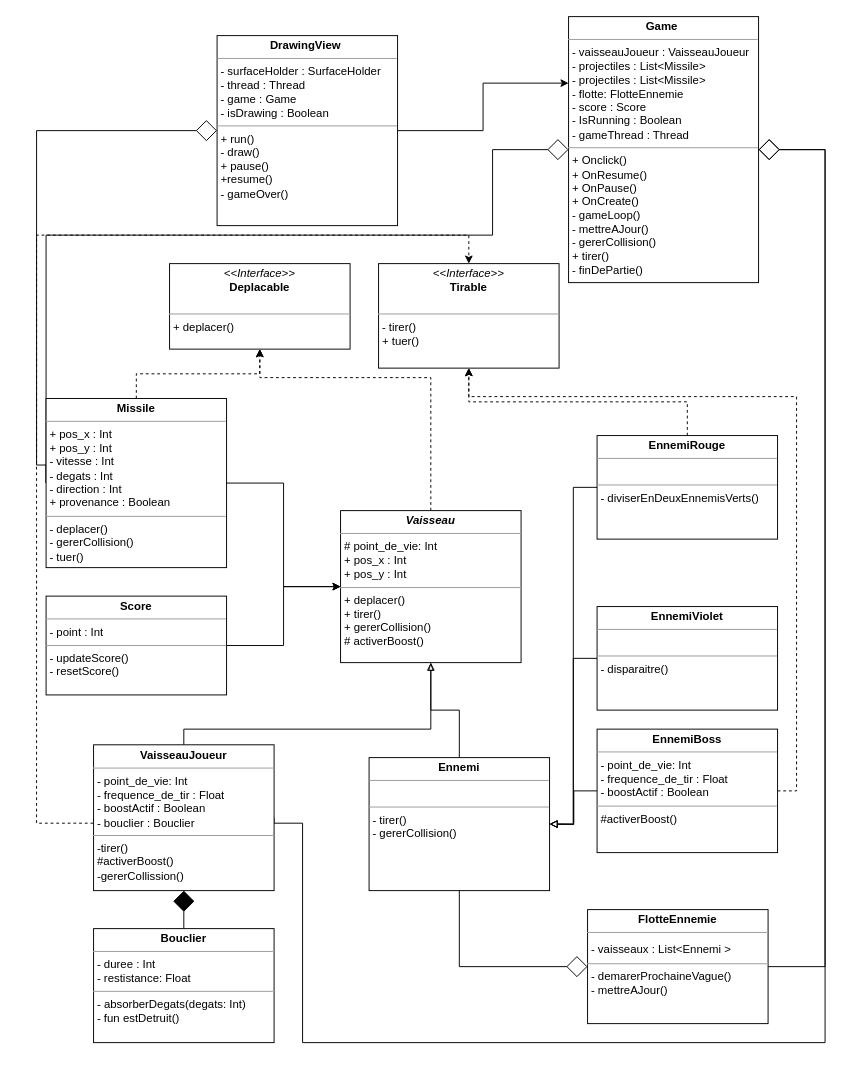
The draw.io diagram Diagramme sans nom.drawio in lwath125/INFO-H2001, before the edit. Source tidied: cells renumbered, new cells numbered last; positions are measured from the earlier drawing's top-left corner, leaving out a move shared by most shapes. Both pictures are drawn from the tidied source at 95%, with x=0, y=0 at pixel (36, 16).
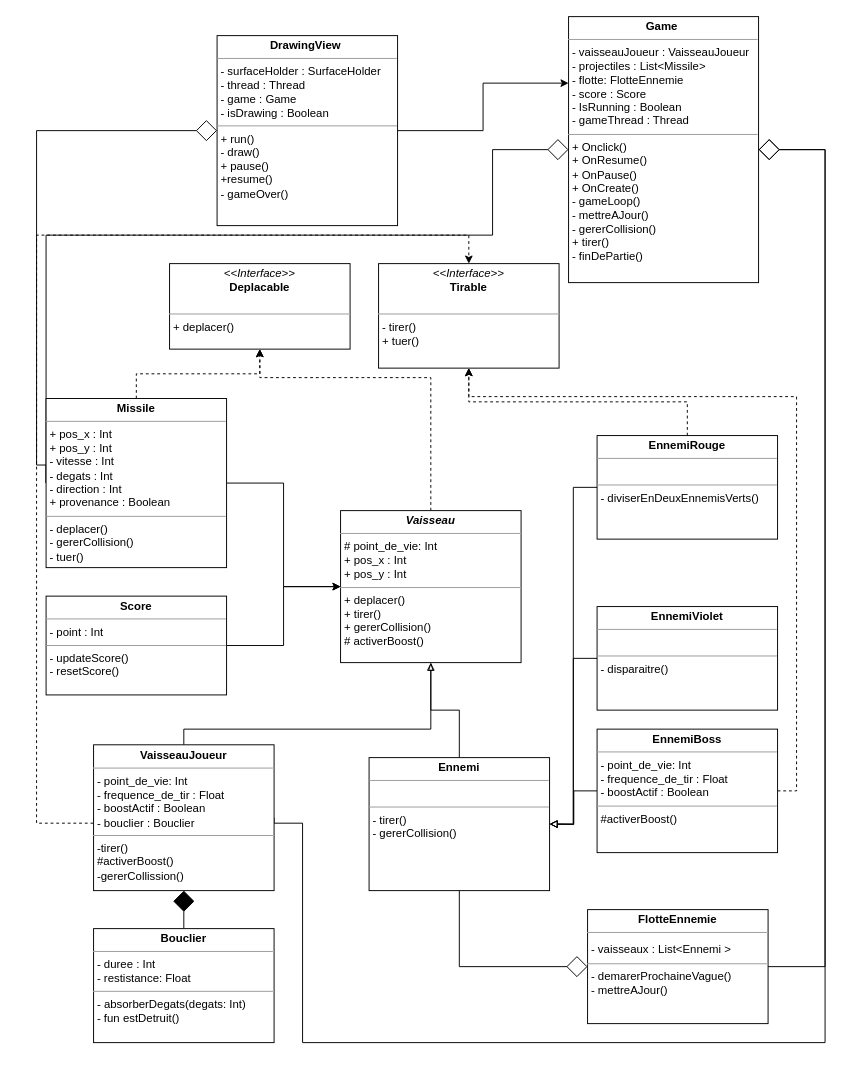
The same page after the edit.

Commit message:
Mettre à jour Diagramme sans nom.drawio

The edit, as a diff of the source:
```diff
@@
-    <mxCell id="12" value="&lt;p style=&quot;margin:0px;margin-top:4px;text-align:center;&quot;&gt;&lt;b&gt;Game&amp;nbsp;&lt;/b&gt;&lt;/p&gt;&lt;hr size=&quot;1&quot;&gt;&lt;p style=&quot;margin:0px;margin-left:4px;&quot;&gt;- vaisseauJoueur : VaisseauJoueur&lt;/p&gt;&lt;p style=&quot;margin:0px;margin-left:4px;&quot;&gt;- projectiles : List&amp;lt;Missile&amp;gt;&lt;/p&gt;&lt;p style=&quot;margin:0px;margin-left:4px;&quot;&gt;- projectiles : List&amp;lt;Missile&amp;gt;&lt;br&gt;- flotte: FlotteEnnemie&lt;/p&gt;&lt;p style=&quot;margin:0px;margin-left:4px;&quot;&gt;- score : Score&lt;/p&gt;&lt;p style=&quot;margin:0px;margin-left:4px;&quot;&gt;- IsRunning : Boolean&lt;/p&gt;&lt;p style=&quot;margin:0px;margin-left:4px;&quot;&gt;- gameThread : Thread&lt;/p&gt;&lt;hr size=&quot;1&quot;&gt;&lt;p style=&quot;margin:0px;margin-left:4px;&quot;&gt;+ Onclick()&lt;/p&gt;&lt;p style=&quot;margin:0px;margin-left:4px;&quot;&gt;+ OnResume()&lt;/p&gt;&lt;p style=&quot;margin:0px;margin-left:4px;&quot;&gt;+ OnPause()&lt;/p&gt;&lt;p style=&quot;margin:0px;margin-left:4px;&quot;&gt;+ OnCreate()&lt;/p&gt;&lt;p style=&quot;margin:0px;margin-left:4px;&quot;&gt;- gameLoop()&lt;/p&gt;&lt;p style=&quot;margin:0px;margin-left:4px;&quot;&gt;- mettreAJour()&lt;/p&gt;&lt;p style=&quot;margin:0px;margin-left:4px;&quot;&gt;- gererCollision()&lt;/p&gt;&lt;p style=&quot;margin:0px;margin-left:4px;&quot;&gt;+ tirer()&lt;/p&gt;&lt;p style=&quot;margin:0px;margin-left:4px;&quot;&gt;- finDePartie()&lt;/p&gt;" style="verticalAlign=top;align=left;overflow=fill;fontSize=12;fontFamily=Helvetica;html=1;rounded=0;shadow=0;comic=0;labelBackgroundColor=none;strokeWidth=1;" parent="1" vertex="1">
+    <mxCell id="12" value="&lt;p style=&quot;margin:0px;margin-top:4px;text-align:center;&quot;&gt;&lt;b&gt;Game&amp;nbsp;&lt;/b&gt;&lt;/p&gt;&lt;hr size=&quot;1&quot;&gt;&lt;p style=&quot;margin:0px;margin-left:4px;&quot;&gt;- vaisseauJoueur : VaisseauJoueur&lt;/p&gt;&lt;p style=&quot;margin:0px;margin-left:4px;&quot;&gt;- projectiles : List&amp;lt;Missile&amp;gt;&lt;/p&gt;&lt;p style=&quot;margin:0px;margin-left:4px;&quot;&gt;- flotte: FlotteEnnemie&lt;/p&gt;&lt;p style=&quot;margin:0px;margin-left:4px;&quot;&gt;- score : Score&lt;/p&gt;&lt;p style=&quot;margin:0px;margin-left:4px;&quot;&gt;- IsRunning : Boolean&lt;/p&gt;&lt;p style=&quot;margin:0px;margin-left:4px;&quot;&gt;- gameThread : Thread&lt;/p&gt;&lt;hr size=&quot;1&quot;&gt;&lt;p style=&quot;margin:0px;margin-left:4px;&quot;&gt;+ Onclick()&lt;/p&gt;&lt;p style=&quot;margin:0px;margin-left:4px;&quot;&gt;+ OnResume()&lt;/p&gt;&lt;p style=&quot;margin:0px;margin-left:4px;&quot;&gt;+ OnPause()&lt;/p&gt;&lt;p style=&quot;margin:0px;margin-left:4px;&quot;&gt;+ OnCreate()&lt;/p&gt;&lt;p style=&quot;margin:0px;margin-left:4px;&quot;&gt;- gameLoop()&lt;/p&gt;&lt;p style=&quot;margin:0px;margin-left:4px;&quot;&gt;- mettreAJour()&lt;/p&gt;&lt;p style=&quot;margin:0px;margin-left:4px;&quot;&gt;- gererCollision()&lt;/p&gt;&lt;p style=&quot;margin:0px;margin-left:4px;&quot;&gt;+ tirer()&lt;/p&gt;&lt;p style=&quot;margin:0px;margin-left:4px;&quot;&gt;- finDePartie()&lt;/p&gt;" style="verticalAlign=top;align=left;overflow=fill;fontSize=12;fontFamily=Helvetica;html=1;rounded=0;shadow=0;comic=0;labelBackgroundColor=none;strokeWidth=1;" parent="1" vertex="1">
       <mxGeometry x="560" width="200" height="280" as="geometry" />
     </mxCell>
```
